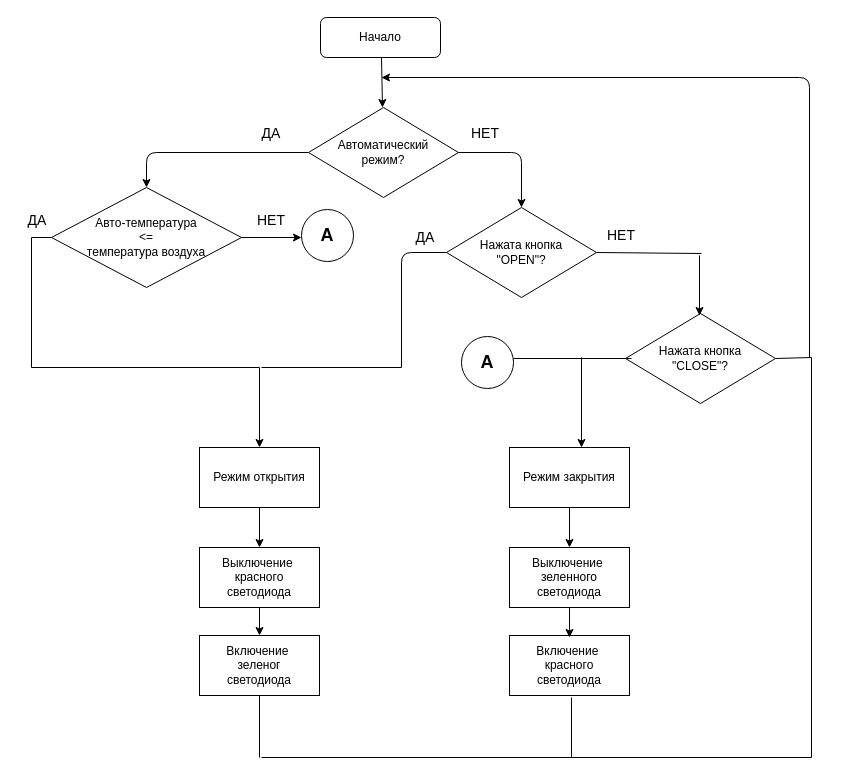
Before: Untitled Diagram.drawio in HowardSTAR/pi4led_test, a draw.io diagram. Source tidied: cells renumbered, new cells numbered last; positions are measured from the earlier drawing's top-left corner, leaving out a move shared by most shapes. Both pictures are drawn from the tidied source at 100%, with x=0, y=0 at pixel (17, 17).
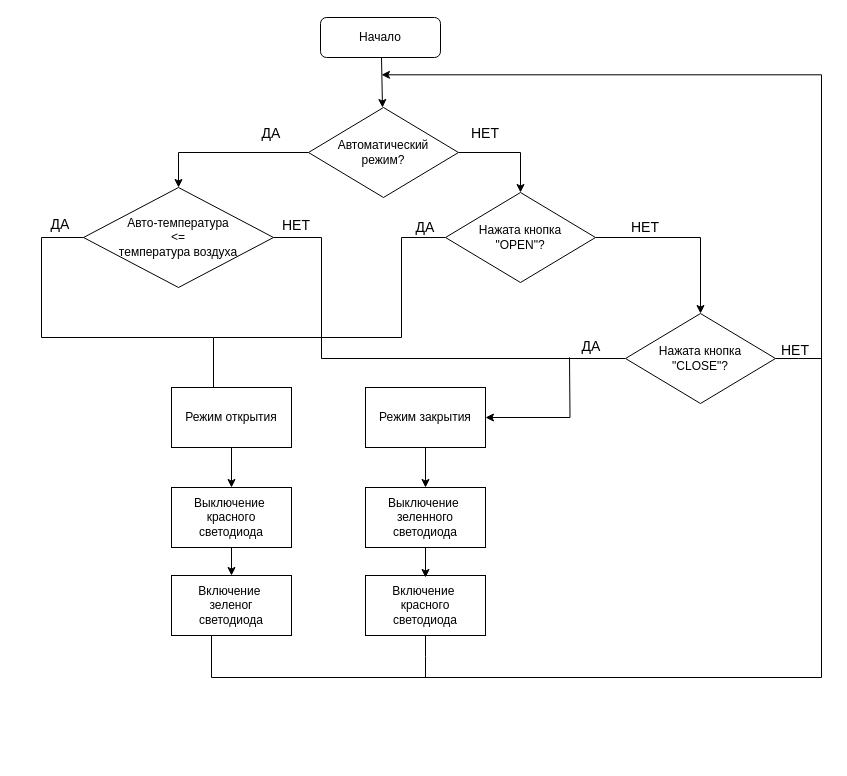
The same diagram, later.

The change refers to these unchanged cells:
```xml
<mxCell id="3" value="Автоматический &lt;br&gt;режим?" style="rhombus;whiteSpace=wrap;html=1;" parent="1" vertex="1">
  <mxGeometry x="291" y="90" width="150" height="90" as="geometry" />
</mxCell>
<mxCell id="7" value="Нажата кнопка &lt;br&gt;&quot;CLOSE&quot;?" style="rhombus;whiteSpace=wrap;html=1;" parent="1" vertex="1">
  <mxGeometry x="608" y="296" width="150" height="90" as="geometry" />
</mxCell>
```

What changed in the source:
```diff
@@
+    <mxCell id="27" style="edgeStyle=orthogonalEdgeStyle;rounded=0;jettySize=auto;html=1;entryX=0.5;entryY=0;entryDx=0;entryDy=0;" parent="1" edge="1" source="3" target="6">
+      <mxGeometry relative="1" as="geometry">
+        <Array as="points">
+          <mxPoint x="503" y="135" />
+        </Array>
+      </mxGeometry>
+    </mxCell>
+    <mxCell id="28" style="edgeStyle=orthogonalEdgeStyle;rounded=0;jettySize=auto;html=1;entryX=0.5;entryY=0;entryDx=0;entryDy=0;" parent="1" edge="1" source="3" target="5">
+      <mxGeometry relative="1" as="geometry" />
+    </mxCell>
@@
-    <mxCell id="4" style="edgeStyle=orthogonalEdgeStyle;rounded=0;jettySize=auto;html=1;exitX=0;exitY=0.5;exitDx=0;exitDy=0;entryX=0.5;entryY=0;entryDx=0;entryDy=0;" parent="1" edge="1" source="5" target="8">
-      <mxGeometry relative="1" as="geometry" />
+    <mxCell id="4" style="edgeStyle=orthogonalEdgeStyle;rounded=0;jettySize=auto;html=1;entryX=0.5;entryY=0;entryDx=0;entryDy=0;startArrow=none;startFill=0;endArrow=none;endFill=0;strokeColor=#000000;" parent="1" edge="1" source="5" target="8">
+      <mxGeometry relative="1" as="geometry">
+        <Array as="points">
+          <mxPoint x="24" y="220" />
+          <mxPoint x="24" y="320" />
+          <mxPoint x="196" y="320" />
+        </Array>
+      </mxGeometry>
     </mxCell>
+    <mxCell id="43" style="edgeStyle=orthogonalEdgeStyle;rounded=0;jettySize=auto;html=1;entryX=0;entryY=0.5;entryDx=0;entryDy=0;startArrow=none;startFill=0;endArrow=none;endFill=0;strokeColor=#000000;" parent="1" edge="1" source="5" target="7">
+      <mxGeometry relative="1" as="geometry">
+        <Array as="points">
+          <mxPoint x="304" y="220" />
+          <mxPoint x="304" y="341" />
+        </Array>
+      </mxGeometry>
+    </mxCell>
     <mxCell id="5" value="Авто-температура &lt;br&gt;&amp;lt;= &lt;br&gt;температура воздуха" style="rhombus;whiteSpace=wrap;html=1;" parent="1" vertex="1">
-      <mxGeometry x="34" y="170" width="190" height="100" as="geometry" />
+      <mxGeometry x="66" y="170" width="190" height="100" as="geometry" />
     </mxCell>
+    <mxCell id="44" style="edgeStyle=orthogonalEdgeStyle;rounded=0;jettySize=auto;html=1;entryX=0.5;entryY=0;entryDx=0;entryDy=0;" parent="1" edge="1" source="6" target="7">
+      <mxGeometry relative="1" as="geometry" />
+    </mxCell>
+    <mxCell id="45" style="edgeStyle=orthogonalEdgeStyle;rounded=0;jettySize=auto;html=1;startArrow=none;startFill=0;endArrow=none;endFill=0;strokeColor=#000000;" parent="1" edge="1" source="6">
+      <mxGeometry relative="1" as="geometry">
+        <mxPoint x="196" y="320" as="targetPoint" />
+        <Array as="points">
+          <mxPoint x="384" y="220" />
+          <mxPoint x="384" y="320" />
+        </Array>
+      </mxGeometry>
+    </mxCell>
     <mxCell id="6" value="Нажата кнопка &lt;br&gt;&quot;OPEN&quot;?" style="rhombus;whiteSpace=wrap;html=1;" parent="1" vertex="1">
-      <mxGeometry x="429" y="190" width="150" height="90" as="geometry" />
+      <mxGeometry x="428" y="175" width="150" height="90" as="geometry" />
     </mxCell>
+    <mxCell id="46" style="edgeStyle=orthogonalEdgeStyle;rounded=0;jettySize=auto;html=1;startArrow=none;startFill=0;endArrow=none;endFill=0;strokeColor=#000000;" parent="1" edge="1" source="7">
+      <mxGeometry relative="1" as="geometry">
+        <mxPoint x="804" y="341" as="targetPoint" />
+      </mxGeometry>
+    </mxCell>
@@
     <mxCell id="8" value="Режим открытия" style="rounded=0;whiteSpace=wrap;html=1;" parent="1" vertex="1">
-      <mxGeometry x="182" y="430" width="120" height="60" as="geometry" />
+      <mxGeometry x="154" y="370" width="120" height="60" as="geometry" />
     </mxCell>
+    <mxCell id="47" style="edgeStyle=orthogonalEdgeStyle;rounded=0;jettySize=auto;html=1;endArrow=none;endFill=0;strokeColor=#000000;startArrow=classic;startFill=1;" parent="1" edge="1" source="9">
+      <mxGeometry relative="1" as="geometry">
+        <mxPoint x="552" y="340" as="targetPoint" />
+      </mxGeometry>
+    </mxCell>
     <mxCell id="9" value="Режим закрытия" style="rounded=0;whiteSpace=wrap;html=1;" parent="1" vertex="1">
-      <mxGeometry x="492" y="430" width="120" height="60" as="geometry" />
+      <mxGeometry x="348" y="370" width="120" height="60" as="geometry" />
     </mxCell>
     <mxCell id="10" value="Выключение&amp;nbsp;&lt;br&gt;красного&lt;br&gt;светодиода" style="rounded=0;whiteSpace=wrap;html=1;" parent="1" vertex="1">
-      <mxGeometry x="182" y="530" width="120" height="60" as="geometry" />
+      <mxGeometry x="154" y="470" width="120" height="60" as="geometry" />
     </mxCell>
     <mxCell id="11" value="Выключение&amp;nbsp;&lt;br&gt;зеленного&lt;br&gt;светодиода" style="rounded=0;whiteSpace=wrap;html=1;" parent="1" vertex="1">
-      <mxGeometry x="492" y="530" width="120" height="60" as="geometry" />
+      <mxGeometry x="348" y="470" width="120" height="60" as="geometry" />
     </mxCell>
+    <mxCell id="48" style="edgeStyle=orthogonalEdgeStyle;rounded=0;jettySize=auto;html=1;startArrow=none;startFill=0;endArrow=classic;endFill=1;strokeColor=#000000;" parent="1" edge="1" source="12">
+      <mxGeometry relative="1" as="geometry">
+        <mxPoint x="364" y="57.3" as="targetPoint" />
+        <Array as="points">
+          <mxPoint x="194" y="660" />
+          <mxPoint x="804" y="660" />
+          <mxPoint x="804" y="57" />
+        </Array>
+      </mxGeometry>
+    </mxCell>
     <mxCell id="12" value="Включение&amp;nbsp;&lt;br&gt;зеленог&lt;br&gt;светодиода" style="rounded=0;whiteSpace=wrap;html=1;" parent="1" vertex="1">
-      <mxGeometry x="182" y="618" width="120" height="60" as="geometry" />
+      <mxGeometry x="154" y="558" width="120" height="60" as="geometry" />
     </mxCell>
+    <mxCell id="49" style="edgeStyle=orthogonalEdgeStyle;rounded=0;jettySize=auto;html=1;startArrow=none;startFill=0;endArrow=none;endFill=0;strokeColor=#000000;" parent="1" edge="1" source="13">
+      <mxGeometry relative="1" as="geometry">
+        <mxPoint x="408" y="660" as="targetPoint" />
+      </mxGeometry>
+    </mxCell>
     <mxCell id="13" value="Включение&amp;nbsp;&lt;br&gt;красного&lt;br&gt;светодиода" style="rounded=0;whiteSpace=wrap;html=1;" parent="1" vertex="1">
-      <mxGeometry x="492" y="618" width="120" height="60" as="geometry" />
+      <mxGeometry x="348" y="558" width="120" height="60" as="geometry" />
     </mxCell>
-    <mxCell id="14" style="endArrow=none;html=1;entryX=0;entryY=0.5;entryDx=0;entryDy=0;" parent="1" edge="1">
-      <mxGeometry relative="1" as="geometry">
-        <mxPoint x="384" y="350" as="sourcePoint" />
-        <mxPoint x="429" y="235" as="targetPoint" />
-        <Array as="points">
-          <mxPoint x="384" y="235" />
-        </Array>
-      </mxGeometry>
-    </mxCell>
-    <mxCell id="15" style="endArrow=none;html=1;" parent="1" edge="1">
-      <mxGeometry relative="1" as="geometry">
-        <mxPoint x="384" y="350" as="sourcePoint" />
-        <mxPoint x="244" y="350" as="targetPoint" />
-      </mxGeometry>
-    </mxCell>
-    <mxCell id="16" style="endArrow=classic;html=1;exitX=1;exitY=0.5;exitDx=0;exitDy=0;" parent="1" edge="1" source="5">
-      <mxGeometry relative="1" as="geometry">
-        <mxPoint x="284" y="220" as="targetPoint" />
-      </mxGeometry>
-    </mxCell>
-    <mxCell id="17" style="endArrow=none;html=1;exitX=1;exitY=0.5;exitDx=0;exitDy=0;" parent="1" edge="1" source="6">
-      <mxGeometry relative="1" as="geometry">
-        <mxPoint x="684" y="236" as="targetPoint" />
-      </mxGeometry>
-    </mxCell>
-    <mxCell id="18" style="endArrow=classic;html=1;" parent="1" edge="1">
-      <mxGeometry relative="1" as="geometry">
-        <mxPoint x="682" y="238" as="sourcePoint" />
-        <mxPoint x="682" y="298" as="targetPoint" />
-      </mxGeometry>
-    </mxCell>
-    <mxCell id="19" style="endArrow=none;html=1;entryX=0.04;entryY=0.5;entryDx=0;entryDy=0;entryPerimeter=0;" parent="1" edge="1" target="7">
-      <mxGeometry relative="1" as="geometry">
-        <mxPoint x="564" y="341" as="sourcePoint" />
-      </mxGeometry>
-    </mxCell>
-    <mxCell id="20" style="endArrow=classic;html=1;entryX=0.6;entryY=0;entryDx=0;entryDy=0;entryPerimeter=0;" parent="1" edge="1" target="9">
-      <mxGeometry relative="1" as="geometry">
-        <mxPoint x="564" y="340" as="sourcePoint" />
-      </mxGeometry>
-    </mxCell>
-    <mxCell id="21" style="endArrow=classic;html=1;" parent="1" edge="1">
-      <mxGeometry relative="1" as="geometry">
-        <mxPoint x="792" y="340" as="sourcePoint" />
-        <mxPoint x="364" y="60" as="targetPoint" />
-        <Array as="points">
-          <mxPoint x="792" y="60" />
-        </Array>
-      </mxGeometry>
-    </mxCell>
-    <mxCell id="22" style="endArrow=none;html=1;exitX=1;exitY=0.5;exitDx=0;exitDy=0;" parent="1" edge="1" source="7">
-      <mxGeometry relative="1" as="geometry">
-        <mxPoint x="794" y="340" as="targetPoint" />
-      </mxGeometry>
-    </mxCell>
-    <mxCell id="23" value="&lt;b&gt;&lt;font style=&quot;font-size: 18px&quot;&gt;А&lt;/font&gt;&lt;/b&gt;" style="ellipse;whiteSpace=wrap;html=1;" parent="1" vertex="1">
-      <mxGeometry x="284" y="192" width="52" height="52" as="geometry" />
-    </mxCell>
-    <mxCell id="24" value="&lt;b&gt;&lt;font style=&quot;font-size: 18px&quot;&gt;А&lt;/font&gt;&lt;/b&gt;" style="ellipse;whiteSpace=wrap;html=1;" parent="1" vertex="1">
-      <mxGeometry x="444" y="319" width="52" height="52" as="geometry" />
-    </mxCell>
-    <mxCell id="25" style="endArrow=none;html=1;exitX=1;exitY=0.5;exitDx=0;exitDy=0;" parent="1" edge="1">
-      <mxGeometry relative="1" as="geometry">
-        <mxPoint x="496" y="341" as="sourcePoint" />
-        <mxPoint x="564" y="341" as="targetPoint" />
-      </mxGeometry>
-    </mxCell>
@@
-    <mxCell id="27" style="endArrow=classic;html=1;entryX=0.5;entryY=0;entryDx=0;entryDy=0;exitX=1;exitY=0.5;exitDx=0;exitDy=0;" parent="1" edge="1" source="3" target="6">
-      <mxGeometry relative="1" as="geometry">
-        <Array as="points">
-          <mxPoint x="504" y="135" />
-        </Array>
-      </mxGeometry>
-    </mxCell>
-    <mxCell id="28" style="endArrow=classic;html=1;entryX=0.5;entryY=0;entryDx=0;entryDy=0;exitX=0;exitY=0.5;exitDx=0;exitDy=0;" parent="1" edge="1" source="3" target="5">
-      <mxGeometry relative="1" as="geometry">
-        <Array as="points">
-          <mxPoint x="129" y="135" />
-        </Array>
-      </mxGeometry>
-    </mxCell>
@@
     <mxCell id="32" style="endArrow=classic;html=1;exitX=0.5;exitY=1;exitDx=0;exitDy=0;" parent="1" edge="1" source="11">
       <mxGeometry relative="1" as="geometry">
-        <mxPoint x="552" y="620" as="targetPoint" />
+        <mxPoint x="408" y="560" as="targetPoint" />
       </mxGeometry>
     </mxCell>
-    <mxCell id="33" style="endArrow=none;html=1;exitX=0.5;exitY=1;exitDx=0;exitDy=0;" parent="1" edge="1" source="12">
-      <mxGeometry relative="1" as="geometry">
-        <mxPoint x="242" y="740" as="targetPoint" />
-      </mxGeometry>
-    </mxCell>
-    <mxCell id="34" style="endArrow=none;html=1;" parent="1" edge="1">
-      <mxGeometry relative="1" as="geometry">
-        <mxPoint x="794" y="740" as="sourcePoint" />
-        <mxPoint x="794" y="340" as="targetPoint" />
-      </mxGeometry>
-    </mxCell>
-    <mxCell id="35" style="endArrow=none;html=1;" parent="1" edge="1">
-      <mxGeometry relative="1" as="geometry">
-        <mxPoint x="244" y="740" as="sourcePoint" />
-        <mxPoint x="794" y="740" as="targetPoint" />
-      </mxGeometry>
-    </mxCell>
-    <mxCell id="36" style="endArrow=none;html=1;" parent="1" edge="1">
-      <mxGeometry relative="1" as="geometry">
-        <mxPoint x="554" y="680" as="sourcePoint" />
-        <mxPoint x="554" y="740" as="targetPoint" />
-      </mxGeometry>
-    </mxCell>
@@
     <mxCell id="38" value="&lt;font style=&quot;font-size: 14px&quot;&gt;ДА&lt;/font&gt;" style="text;html=1;strokeColor=none;fillColor=none;align=center;verticalAlign=middle;whiteSpace=wrap;rounded=0;" parent="1" vertex="1">
-      <mxGeometry y="193" width="40" height="20" as="geometry" />
+      <mxGeometry x="23" y="197" width="40" height="20" as="geometry" />
     </mxCell>
     <mxCell id="39" value="&lt;font style=&quot;font-size: 14px&quot;&gt;ДА&lt;/font&gt;" style="text;html=1;strokeColor=none;fillColor=none;align=center;verticalAlign=middle;whiteSpace=wrap;rounded=0;" parent="1" vertex="1">
-      <mxGeometry x="388" y="210" width="40" height="20" as="geometry" />
+      <mxGeometry x="388" y="200" width="40" height="20" as="geometry" />
     </mxCell>
@@
     <mxCell id="41" value="&lt;font style=&quot;font-size: 14px&quot;&gt;НЕТ&lt;/font&gt;" style="text;html=1;strokeColor=none;fillColor=none;align=center;verticalAlign=middle;whiteSpace=wrap;rounded=0;" parent="1" vertex="1">
-      <mxGeometry x="234" y="193" width="40" height="20" as="geometry" />
+      <mxGeometry x="259" y="198" width="40" height="20" as="geometry" />
     </mxCell>
     <mxCell id="42" value="&lt;font style=&quot;font-size: 14px&quot;&gt;НЕТ&lt;/font&gt;" style="text;html=1;strokeColor=none;fillColor=none;align=center;verticalAlign=middle;whiteSpace=wrap;rounded=0;" parent="1" vertex="1">
-      <mxGeometry x="584" y="208" width="40" height="20" as="geometry" />
+      <mxGeometry x="608" y="200" width="40" height="20" as="geometry" />
     </mxCell>
+    <mxCell id="50" value="&lt;font style=&quot;font-size: 14px&quot;&gt;НЕТ&lt;/font&gt;" style="text;html=1;strokeColor=none;fillColor=none;align=center;verticalAlign=middle;whiteSpace=wrap;rounded=0;" parent="1" vertex="1">
+      <mxGeometry x="758" y="323" width="40" height="20" as="geometry" />
+    </mxCell>
+    <mxCell id="51" value="&lt;font style=&quot;font-size: 14px&quot;&gt;ДА&lt;/font&gt;" style="text;html=1;strokeColor=none;fillColor=none;align=center;verticalAlign=middle;whiteSpace=wrap;rounded=0;" parent="1" vertex="1">
+      <mxGeometry x="554" y="319" width="40" height="20" as="geometry" />
+    </mxCell>
```
